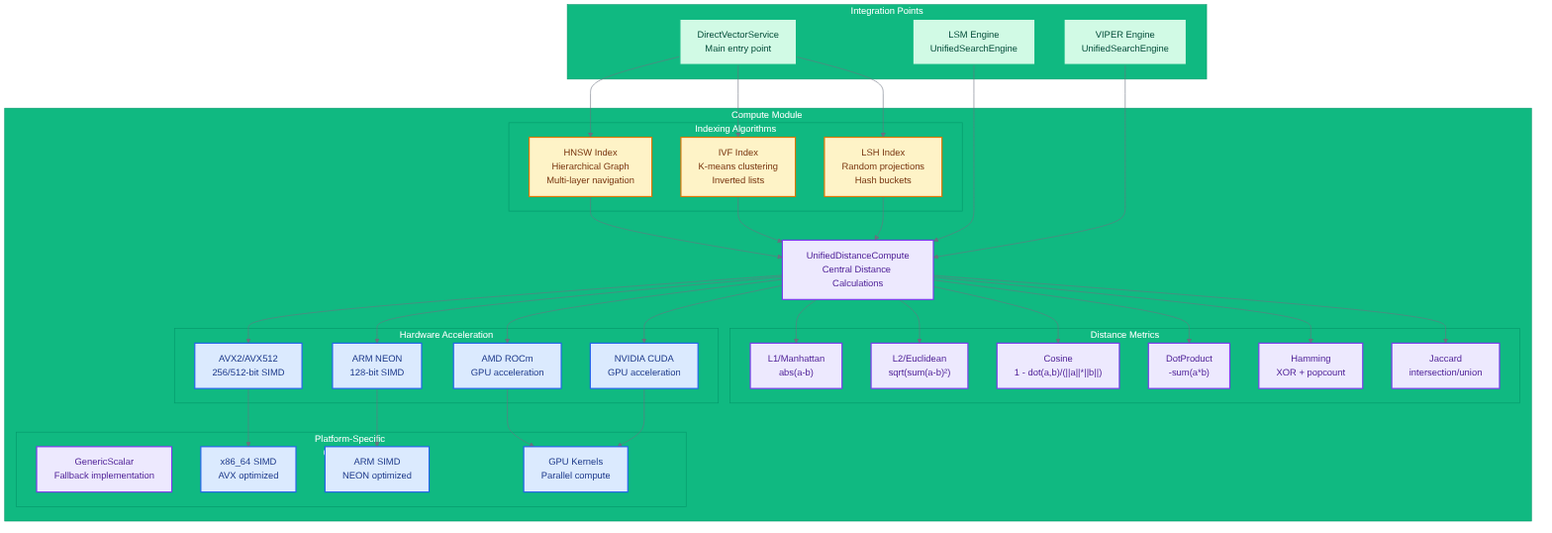
Before: docs/diagrams/images/compute-indexing-architecture.png, a diagram exported from Mermaid (vjsingh1984/proximaDB). Its source is kept beside it as docs/diagrams/compute-indexing-architecture.mmd.
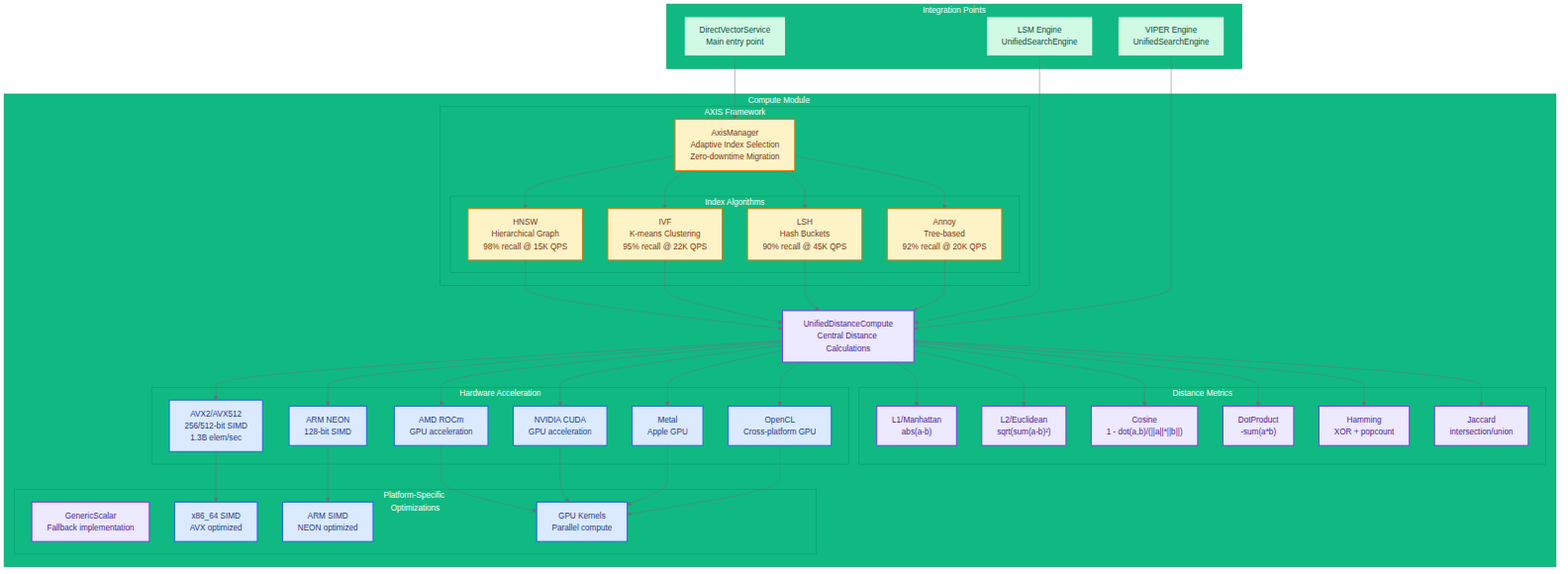
After the change.

What changed in the source:
```diff
@@ -13,17 +13,24 @@
             JAC["Jaccard<br/>intersection/union"]
         end
 
-        subgraph "Indexing Algorithms"
-            HNSW[HNSW Index<br/>Hierarchical Graph<br/>Multi-layer navigation]
-            IVF[IVF Index<br/>K-means clustering<br/>Inverted lists]
-            LSH[LSH Index<br/>Random projections<br/>Hash buckets]
+        subgraph "AXIS Framework"
+            AXIS[AxisManager<br/>Adaptive Index Selection<br/>Zero-downtime Migration]
+
+            subgraph "Index Algorithms"
+                HNSW[HNSW<br/>Hierarchical Graph<br/>98% recall @ 15K QPS]
+                IVF[IVF<br/>K-means Clustering<br/>95% recall @ 22K QPS]
+                LSH[LSH<br/>Hash Buckets<br/>90% recall @ 45K QPS]
+                ANNOY[Annoy<br/>Tree-based<br/>92% recall @ 20K QPS]
+            end
         end
 
         subgraph "Hardware Acceleration"
-            AVX[AVX2/AVX512<br/>256/512-bit SIMD]
+            AVX[AVX2/AVX512<br/>256/512-bit SIMD<br/>1.3B elem/sec]
             NEON[ARM NEON<br/>128-bit SIMD]
             ROCM[AMD ROCm<br/>GPU acceleration]
             CUDA[NVIDIA CUDA<br/>GPU acceleration]
+            METAL[Metal<br/>Apple GPU]
+            OPENCL[OpenCL<br/>Cross-platform GPU]
         end
 
         subgraph "Platform-Specific Optimizations"
@@ -51,19 +58,27 @@
     UC --> NEON
     UC --> ROCM
     UC --> CUDA
+    UC --> METAL
+    UC --> OPENCL
 
     AVX --> X86
     NEON --> ARM
     ROCM --> GPU_OPT
     CUDA --> GPU_OPT
+    METAL --> GPU_OPT
+    OPENCL --> GPU_OPT
+
+    AXIS --> HNSW
+    AXIS --> IVF
+    AXIS --> LSH
+    AXIS --> ANNOY
 
     HNSW --> UC
     IVF --> UC
     LSH --> UC
+    ANNOY --> UC
 
-    DVS --> HNSW
-    DVS --> IVF
-    DVS --> LSH
+    DVS --> AXIS
 
     LSM_ENGINE --> UC
     VIPER_ENGINE --> UC
@@ -74,7 +89,7 @@
     classDef integration fill:#d1fae5,stroke:#10b981,color:#064e3b,stroke-width:2px
 
     class UC,L1,L2,COS,DOT,HAM,JAC,GENERIC compute
-    class HNSW,IVF,LSH index
-    class AVX,NEON,ROCM,CUDA,X86,ARM,GPU_OPT hardware
+    class AXIS,HNSW,IVF,LSH,ANNOY index
+    class AVX,NEON,ROCM,CUDA,METAL,OPENCL,X86,ARM,GPU_OPT hardware
     class DVS,LSM_ENGINE,VIPER_ENGINE integration
 
```
